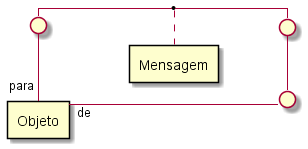
Above: Imagens/modelos-07/mod07ima26/mod07ima26.png in kyriosdata/oo (PlantUML), before the change. Source of this version:
```plantuml
@startuml mod07ima26
skinparam linetype ortho
allow_mixing
rectangle "Mensagem" as me
rectangle "Objeto" as ob
circle " " as p1
circle " " as p2
circle " " as p3
left to right direction

ob "para"-left- p1
p1 -down- p2
p2 -right- p3
p3 -up-"de" ob
(p1,p2) .. me
@enduml
```
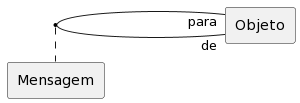
The same diagram one commit later.

What changed in the source:
```diff
@@ -1,16 +1,8 @@
-@startuml mod07ima26
-skinparam linetype ortho
+@startuml
 allow_mixing
 rectangle "Mensagem" as me
 rectangle "Objeto" as ob
-circle " " as p1
-circle " " as p2
-circle " " as p3
 left to right direction
-
-ob "para"-left- p1
-p1 -down- p2
-p2 -right- p3
-p3 -up-"de" ob
-(p1,p2) .. me
+ob "para"---"de" ob
+(ob,ob) .. me
 @enduml
```
